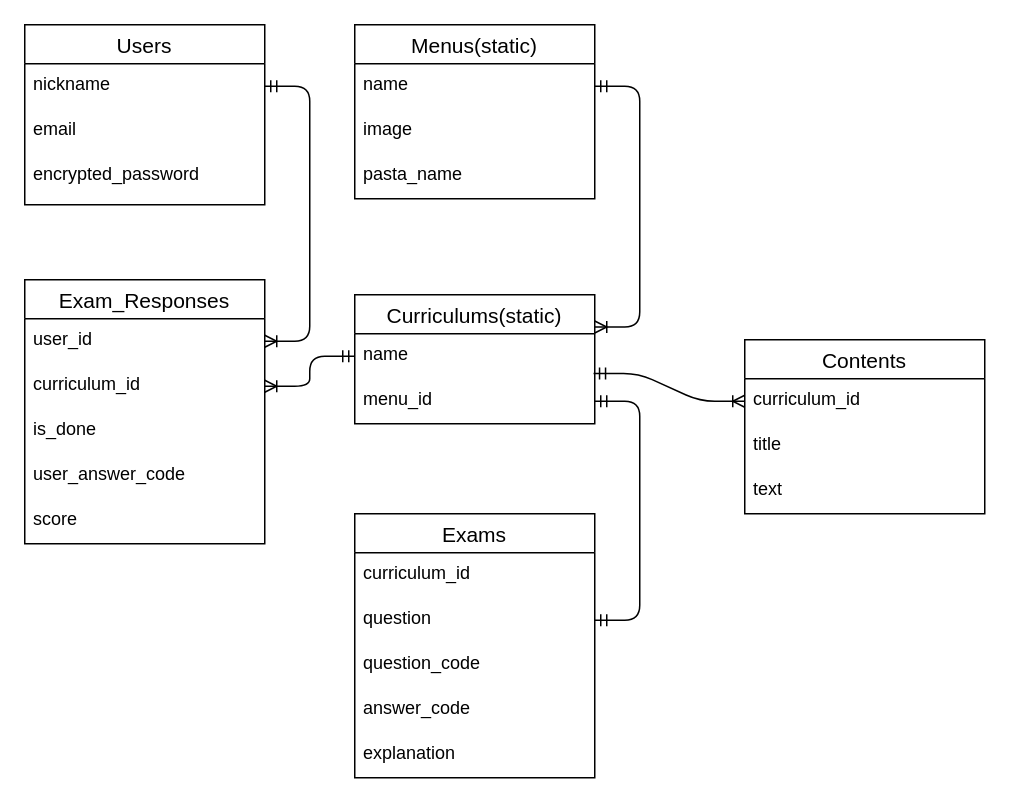
Above: rigate.dio in turtlekazu/rigate-app (draw.io), before the change. Source tidied: cells renumbered, new cells numbered last; positions are measured from the earlier drawing's top-left corner, leaving out a move shared by most shapes. Both pictures are drawn from the tidied source at 150%, with x=0, y=0 at pixel (24, 24).
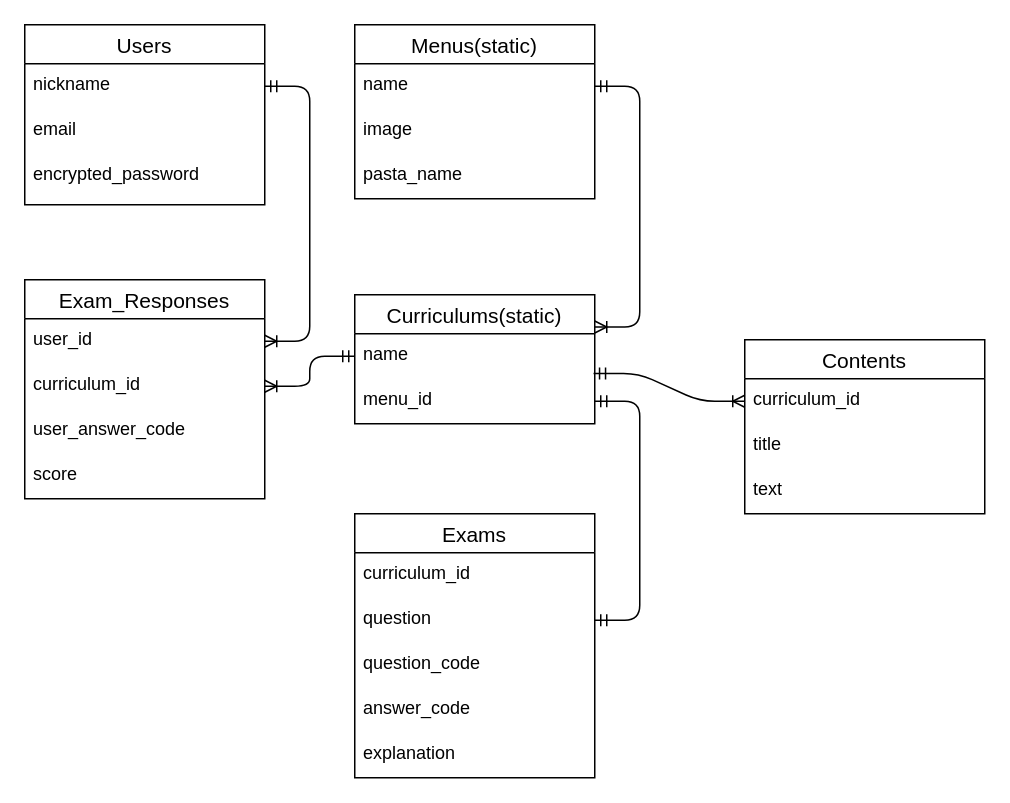
Above is the later version.

What changed in the source:
```diff
@@
     <mxCell id="15" value="Exam_Responses" style="swimlane;fontStyle=0;horizontal=1;startSize=26;align=center;fontSize=14;" parent="1" vertex="1">
-      <mxGeometry y="170" width="160" height="176" as="geometry" />
+      <mxGeometry y="170" width="160" height="146" as="geometry" />
     </mxCell>
@@
-    <mxCell id="18" value="is_done" style="text;strokeColor=none;fillColor=none;spacingLeft=4;spacingRight=4;overflow=hidden;fontSize=12;" parent="15" vertex="1">
-      <mxGeometry y="86" width="160" height="30" as="geometry" />
-    </mxCell>
     <mxCell id="19" value="user_answer_code" style="text;strokeColor=none;fillColor=none;spacingLeft=4;spacingRight=4;overflow=hidden;fontSize=12;" parent="15" vertex="1">
-      <mxGeometry y="116" width="160" height="30" as="geometry" />
+      <mxGeometry y="86" width="160" height="30" as="geometry" />
     </mxCell>
     <mxCell id="20" value="score" style="text;strokeColor=none;fillColor=none;spacingLeft=4;spacingRight=4;overflow=hidden;fontSize=12;" parent="15" vertex="1">
-      <mxGeometry y="146" width="160" height="30" as="geometry" />
+      <mxGeometry y="116" width="160" height="30" as="geometry" />
     </mxCell>
```
